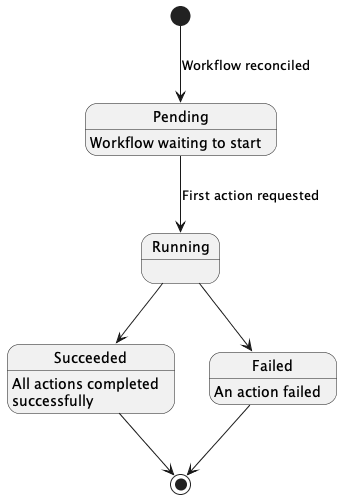
Earlier version of the PlantUML export design/images/tinkerbell_crd_refactor/workflow_state_machine.png (tinkerbell/roadmap). Its diagram source:
```plantuml
@startuml workflow_state_machine

[*] --> Pending : Workflow reconciled
Pending --> Running : First action requested
Running --> Succeeded
Running --> Failed
Succeeded --> [*]
Failed --> [*]

Pending : Workflow waiting to start
Succeeded : All actions completed\nsuccessfully
Failed : An action failed

@enduml
```
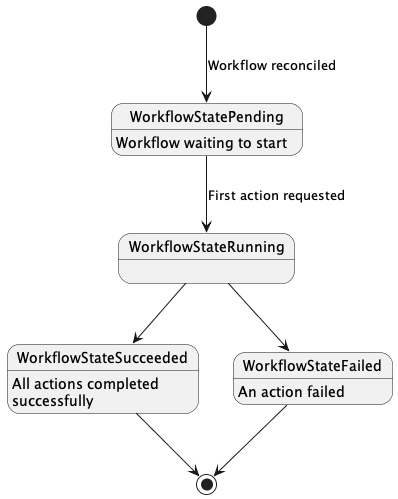
Above is the later version.

Commit message:
Add printcolumn markers and List objects

Diff of the diagram source:
```diff
@@ -1,14 +1,14 @@
 @startuml workflow_state_machine
 
-[*] --> Pending : Workflow reconciled
-Pending --> Running : First action requested
-Running --> Succeeded
-Running --> Failed
-Succeeded --> [*]
-Failed --> [*]
+[*] --> WorkflowStatePending : Workflow reconciled
+WorkflowStatePending --> WorkflowStateRunning : First action requested
+WorkflowStateRunning --> WorkflowStateSucceeded
+WorkflowStateRunning --> WorkflowStateFailed
+WorkflowStateSucceeded --> [*]
+WorkflowStateFailed --> [*]
 
-Pending : Workflow waiting to start
-Succeeded : All actions completed\nsuccessfully
-Failed : An action failed
+WorkflowStatePending : Workflow waiting to start
+WorkflowStateSucceeded : All actions completed\nsuccessfully
+WorkflowStateFailed : An action failed
 
 @enduml
```
